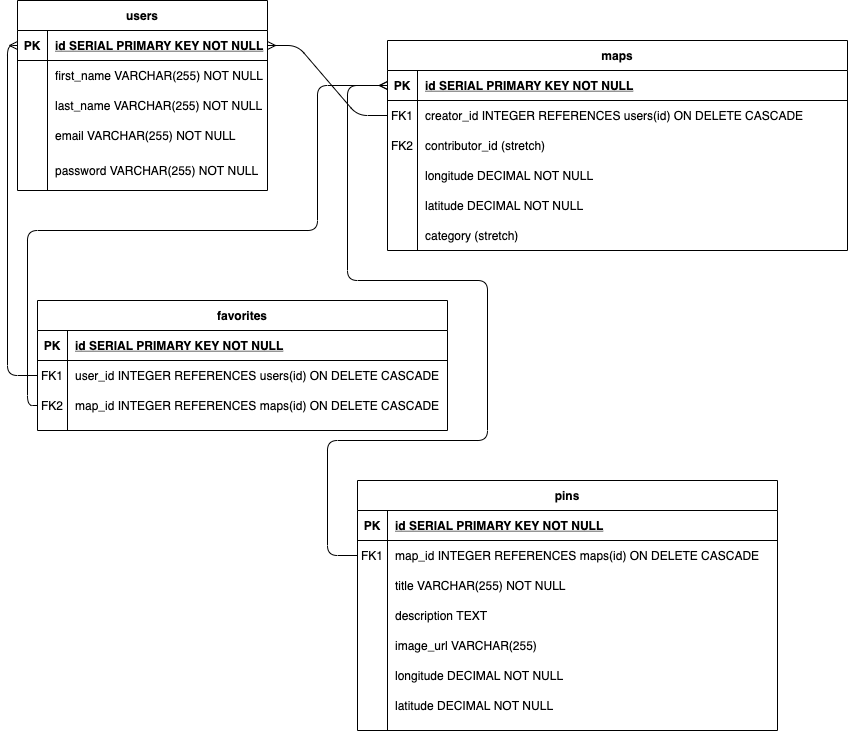
Earlier version of the draw.io export planning/ERD.png (jlabedzki/Wiki-Map). Source tidied: cells renumbered, new cells last; positions are measured from the earlier drawing's top-left corner, leaving out a move shared by most shapes.
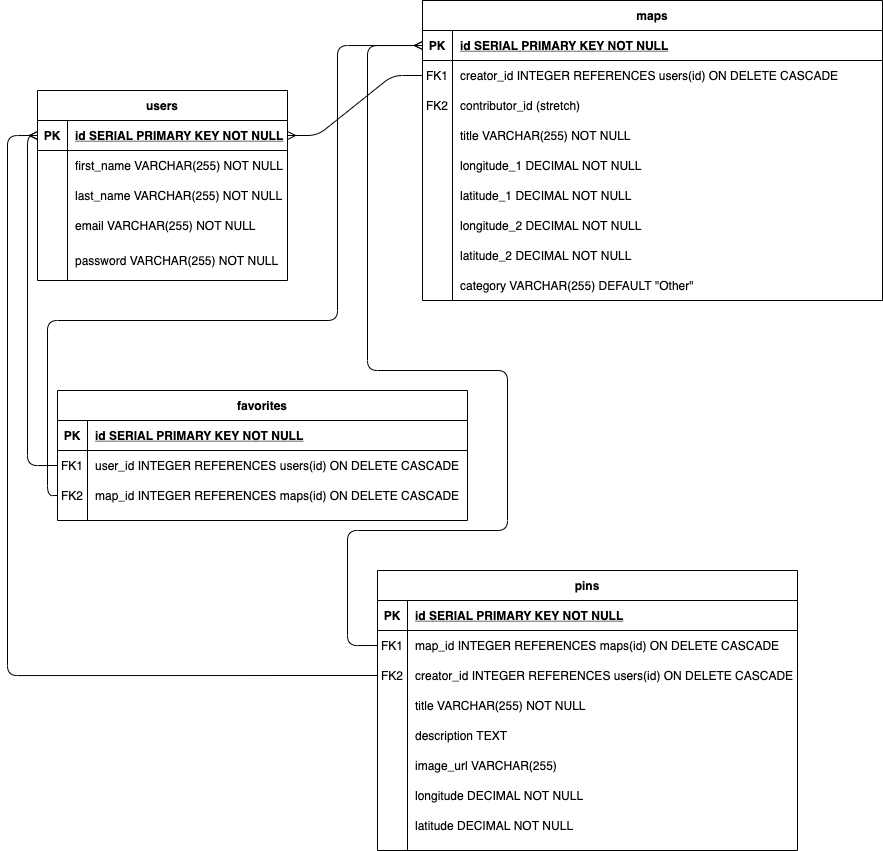
The same diagram one commit later.

Change to the diagram source:
```diff
@@ -3,7 +3,7 @@
     <mxCell id="0" />
     <mxCell id="1" parent="0" />
     <mxCell id="2" value="maps" style="shape=table;startSize=30;rowLines=0;fontStyle=1;align=center;" parent="1" vertex="1">
-      <mxGeometry x="370" y="40" width="460" height="210" as="geometry" />
+      <mxGeometry x="385" y="-90" width="460" height="300" as="geometry" />
     </mxCell>
     <mxCell id="3" style="shape=partialRectangle;fillColor=none;points=[[0,0.5],[1,0.5]];portConstraint=eastwest;top=0;left=0;right=0;bottom=1;" parent="2" vertex="1">
       <mxGeometry y="30" width="460" height="30" as="geometry" />
@@ -32,33 +32,60 @@
     <mxCell id="11" value="contributor_id (stretch)" style="shape=partialRectangle;overflow=hidden;fillColor=none;top=0;left=0;bottom=0;right=0;align=left;spacingLeft=6;" parent="9" vertex="1">
       <mxGeometry x="30" width="430" height="30" as="geometry" />
     </mxCell>
+    <mxCell id="18" style="shape=partialRectangle;fillColor=none;top=0;left=0;right=0;bottom=0;" parent="2" vertex="1">
+      <mxGeometry y="120" width="460" height="30" as="geometry" />
+    </mxCell>
+    <mxCell id="19" style="shape=partialRectangle;overflow=hidden;fillColor=none;top=0;left=0;bottom=0;right=0;" parent="18" vertex="1">
+      <mxGeometry width="30" height="30" as="geometry" />
+    </mxCell>
+    <mxCell id="20" value="title VARCHAR(255) NOT NULL" style="shape=partialRectangle;overflow=hidden;fillColor=none;top=0;left=0;bottom=0;right=0;align=left;spacingLeft=6;" parent="18" vertex="1">
+      <mxGeometry x="30" width="430" height="30" as="geometry" />
+    </mxCell>
     <mxCell id="12" style="shape=partialRectangle;fillColor=none;top=0;left=0;right=0;bottom=0;" parent="2" vertex="1">
-      <mxGeometry y="120" width="460" height="30" as="geometry" />
+      <mxGeometry y="150" width="460" height="30" as="geometry" />
     </mxCell>
     <mxCell id="13" style="shape=partialRectangle;overflow=hidden;fillColor=none;top=0;left=0;bottom=0;right=0;" parent="12" vertex="1">
       <mxGeometry width="30" height="30" as="geometry" />
     </mxCell>
-    <mxCell id="14" value="longitude DECIMAL NOT NULL" style="shape=partialRectangle;overflow=hidden;fillColor=none;top=0;left=0;bottom=0;right=0;align=left;spacingLeft=6;" parent="12" vertex="1">
+    <mxCell id="14" value="longitude_1 DECIMAL NOT NULL" style="shape=partialRectangle;overflow=hidden;fillColor=none;top=0;left=0;bottom=0;right=0;align=left;spacingLeft=6;" parent="12" vertex="1">
       <mxGeometry x="30" width="430" height="30" as="geometry" />
     </mxCell>
     <mxCell id="15" style="shape=partialRectangle;fillColor=none;top=0;left=0;right=0;bottom=0;" parent="2" vertex="1">
-      <mxGeometry y="150" width="460" height="30" as="geometry" />
+      <mxGeometry y="180" width="460" height="30" as="geometry" />
     </mxCell>
     <mxCell id="16" style="shape=partialRectangle;overflow=hidden;fillColor=none;top=0;left=0;bottom=0;right=0;" parent="15" vertex="1">
       <mxGeometry width="30" height="30" as="geometry" />
     </mxCell>
-    <mxCell id="17" value="latitude DECIMAL NOT NULL" style="shape=partialRectangle;overflow=hidden;fillColor=none;top=0;left=0;bottom=0;right=0;align=left;spacingLeft=6;" parent="15" vertex="1">
+    <mxCell id="17" value="latitude_1 DECIMAL NOT NULL" style="shape=partialRectangle;overflow=hidden;fillColor=none;top=0;left=0;bottom=0;right=0;align=left;spacingLeft=6;" parent="15" vertex="1">
       <mxGeometry x="30" width="430" height="30" as="geometry" />
     </mxCell>
-    <mxCell id="18" style="shape=partialRectangle;fillColor=none;top=0;left=0;right=0;bottom=0;" parent="2" vertex="1">
-      <mxGeometry y="180" width="460" height="30" as="geometry" />
-    </mxCell>
-    <mxCell id="19" style="shape=partialRectangle;overflow=hidden;fillColor=none;top=0;left=0;bottom=0;right=0;" parent="18" vertex="1">
-      <mxGeometry width="30" height="30" as="geometry" />
-    </mxCell>
-    <mxCell id="20" value="category (stretch)" style="shape=partialRectangle;overflow=hidden;fillColor=none;top=0;left=0;bottom=0;right=0;align=left;spacingLeft=6;" parent="18" vertex="1">
-      <mxGeometry x="30" width="430" height="30" as="geometry" />
-    </mxCell>
+    <mxCell id="73" style="shape=partialRectangle;fillColor=none;top=0;left=0;right=0;bottom=0;" parent="2" vertex="1">
+      <mxGeometry y="210" width="460" height="30" as="geometry" />
+    </mxCell>
+    <mxCell id="74" style="shape=partialRectangle;overflow=hidden;fillColor=none;top=0;left=0;bottom=0;right=0;" parent="73" vertex="1">
+      <mxGeometry width="30" height="30" as="geometry" />
+    </mxCell>
+    <mxCell id="75" value="longitude_2 DECIMAL NOT NULL" style="shape=partialRectangle;overflow=hidden;fillColor=none;top=0;left=0;bottom=0;right=0;align=left;spacingLeft=6;" parent="73" vertex="1">
+      <mxGeometry x="30" width="430" height="30" as="geometry" />
+    </mxCell>
+    <mxCell id="76" style="shape=partialRectangle;fillColor=none;top=0;left=0;right=0;bottom=0;" parent="2" vertex="1">
+      <mxGeometry y="240" width="460" height="30" as="geometry" />
+    </mxCell>
+    <mxCell id="77" style="shape=partialRectangle;overflow=hidden;fillColor=none;top=0;left=0;bottom=0;right=0;" parent="76" vertex="1">
+      <mxGeometry width="30" height="30" as="geometry" />
+    </mxCell>
+    <mxCell id="78" value="latitude_2 DECIMAL NOT NULL" style="shape=partialRectangle;overflow=hidden;fillColor=none;top=0;left=0;bottom=0;right=0;align=left;spacingLeft=6;" parent="76" vertex="1">
+      <mxGeometry x="30" width="430" height="30" as="geometry" />
+    </mxCell>
+    <mxCell id="79" style="shape=partialRectangle;fillColor=none;top=0;left=0;right=0;bottom=0;" parent="2" vertex="1">
+      <mxGeometry y="270" width="460" height="30" as="geometry" />
+    </mxCell>
+    <mxCell id="80" style="shape=partialRectangle;overflow=hidden;fillColor=none;top=0;left=0;bottom=0;right=0;" parent="79" vertex="1">
+      <mxGeometry width="30" height="30" as="geometry" />
+    </mxCell>
+    <mxCell id="81" value="category VARCHAR(255) DEFAULT &quot;Other&quot;" style="shape=partialRectangle;overflow=hidden;fillColor=none;top=0;left=0;bottom=0;right=0;align=left;spacingLeft=6;" parent="79" vertex="1">
+      <mxGeometry x="30" width="430" height="30" as="geometry" />
+    </mxCell>
     <mxCell id="21" value="favorites" style="shape=table;startSize=30;rowLines=0;fontStyle=1;align=center;" parent="1" vertex="1">
       <mxGeometry x="20" y="300" width="410" height="130" as="geometry" />
     </mxCell>
@@ -138,7 +165,7 @@
       <mxGeometry x="30" width="220" height="40" as="geometry" />
     </mxCell>
     <mxCell id="47" value="pins" style="shape=table;startSize=30;rowLines=0;fontStyle=1;align=center;" parent="1" vertex="1">
-      <mxGeometry x="340" y="480" width="420" height="250" as="geometry" />
+      <mxGeometry x="340" y="480" width="420" height="280" as="geometry" />
     </mxCell>
     <mxCell id="48" style="shape=partialRectangle;fillColor=none;top=0;left=0;right=0;bottom=1;" parent="47" vertex="1">
       <mxGeometry y="30" width="420" height="30" as="geometry" />
@@ -158,8 +185,17 @@
     <mxCell id="53" value="map_id INTEGER REFERENCES maps(id) ON DELETE CASCADE" style="shape=partialRectangle;overflow=hidden;fillColor=none;top=0;left=0;bottom=0;right=0;align=left;spacingLeft=6;" parent="51" vertex="1">
       <mxGeometry x="30" width="390" height="30" as="geometry" />
     </mxCell>
+    <mxCell id="82" style="shape=partialRectangle;fillColor=none;points=[[0,0.5],[1,0.5]];portConstraint=eastwest;top=0;left=0;right=0;bottom=0;" parent="47" vertex="1">
+      <mxGeometry y="90" width="420" height="30" as="geometry" />
+    </mxCell>
+    <mxCell id="83" value="FK2" style="shape=partialRectangle;overflow=hidden;fillColor=none;top=0;left=0;bottom=0;right=0;" parent="82" vertex="1">
+      <mxGeometry width="30" height="30" as="geometry" />
+    </mxCell>
+    <mxCell id="84" value="creator_id INTEGER REFERENCES users(id) ON DELETE CASCADE" style="shape=partialRectangle;overflow=hidden;fillColor=none;top=0;left=0;bottom=0;right=0;align=left;spacingLeft=6;" parent="82" vertex="1">
+      <mxGeometry x="30" width="390" height="30" as="geometry" />
+    </mxCell>
     <mxCell id="54" style="shape=partialRectangle;fillColor=none;top=0;left=0;right=0;bottom=0;" parent="47" vertex="1">
-      <mxGeometry y="90" width="420" height="30" as="geometry" />
+      <mxGeometry y="120" width="420" height="30" as="geometry" />
     </mxCell>
     <mxCell id="55" style="shape=partialRectangle;overflow=hidden;fillColor=none;top=0;left=0;bottom=0;right=0;" parent="54" vertex="1">
       <mxGeometry width="30" height="30" as="geometry" />
@@ -168,7 +204,7 @@
       <mxGeometry x="30" width="390" height="30" as="geometry" />
     </mxCell>
     <mxCell id="57" style="shape=partialRectangle;fillColor=none;top=0;left=0;right=0;bottom=0;" parent="47" vertex="1">
-      <mxGeometry y="120" width="420" height="30" as="geometry" />
+      <mxGeometry y="150" width="420" height="30" as="geometry" />
     </mxCell>
     <mxCell id="58" style="shape=partialRectangle;overflow=hidden;fillColor=none;top=0;left=0;bottom=0;right=0;" parent="57" vertex="1">
       <mxGeometry width="30" height="30" as="geometry" />
@@ -177,7 +213,7 @@
       <mxGeometry x="30" width="390" height="30" as="geometry" />
     </mxCell>
     <mxCell id="60" style="shape=partialRectangle;fillColor=none;top=0;left=0;right=0;bottom=0;" parent="47" vertex="1">
-      <mxGeometry y="150" width="420" height="30" as="geometry" />
+      <mxGeometry y="180" width="420" height="30" as="geometry" />
     </mxCell>
     <mxCell id="61" style="shape=partialRectangle;overflow=hidden;fillColor=none;top=0;left=0;bottom=0;right=0;" parent="60" vertex="1">
       <mxGeometry width="30" height="30" as="geometry" />
@@ -186,7 +222,7 @@
       <mxGeometry x="30" width="390" height="30" as="geometry" />
     </mxCell>
     <mxCell id="63" style="shape=partialRectangle;fillColor=none;top=0;left=0;right=0;bottom=0;" parent="47" vertex="1">
-      <mxGeometry y="180" width="420" height="30" as="geometry" />
+      <mxGeometry y="210" width="420" height="30" as="geometry" />
     </mxCell>
     <mxCell id="64" style="shape=partialRectangle;overflow=hidden;fillColor=none;top=0;left=0;bottom=0;right=0;" parent="63" vertex="1">
       <mxGeometry width="30" height="30" as="geometry" />
@@ -195,7 +231,7 @@
       <mxGeometry x="30" width="390" height="30" as="geometry" />
     </mxCell>
     <mxCell id="66" style="shape=partialRectangle;fillColor=none;top=0;left=0;right=0;bottom=0;" parent="47" vertex="1">
-      <mxGeometry y="210" width="420" height="30" as="geometry" />
+      <mxGeometry y="240" width="420" height="30" as="geometry" />
     </mxCell>
     <mxCell id="67" style="shape=partialRectangle;overflow=hidden;fillColor=none;top=0;left=0;bottom=0;right=0;" parent="66" vertex="1">
       <mxGeometry width="30" height="30" as="geometry" />
@@ -212,7 +248,7 @@
           <mxPoint x="10" y="405" />
           <mxPoint x="10" y="230" />
           <mxPoint x="300" y="230" />
-          <mxPoint x="300" y="85" />
+          <mxPoint x="300" y="-45" />
         </Array>
       </mxGeometry>
     </mxCell>
@@ -227,9 +263,17 @@
           <mxPoint x="470" y="440" />
           <mxPoint x="470" y="280" />
           <mxPoint x="330" y="280" />
-          <mxPoint x="330" y="85" />
+          <mxPoint x="330" y="-45" />
         </Array>
       </mxGeometry>
     </mxCell>
+    <mxCell id="85" style="edgeStyle=orthogonalEdgeStyle;fontSize=12;html=1;endArrow=ERmany;exitX=0;exitY=0.5;exitDx=0;exitDy=0;entryX=0;entryY=0.5;entryDx=0;entryDy=0;" parent="1" edge="1" source="82" target="32">
+      <mxGeometry relative="1" as="geometry">
+        <Array as="points">
+          <mxPoint x="-30" y="585" />
+          <mxPoint x="-30" y="45" />
+        </Array>
+      </mxGeometry>
+    </mxCell>
   </root>
 </mxGraphModel>
```
